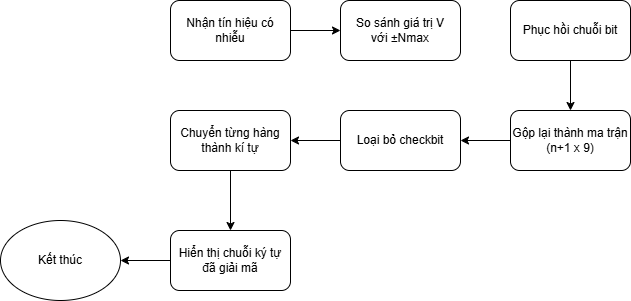
Above: cstts_luu_do_rieng_tung_phan/luu_do_ben_nhan.png in nhatnguyen3104/BaiTapLonCstts (draw.io), before the change. Source tidied: cells renumbered, new cells last; positions are measured from the earlier drawing's top-left corner, leaving out a move shared by most shapes.
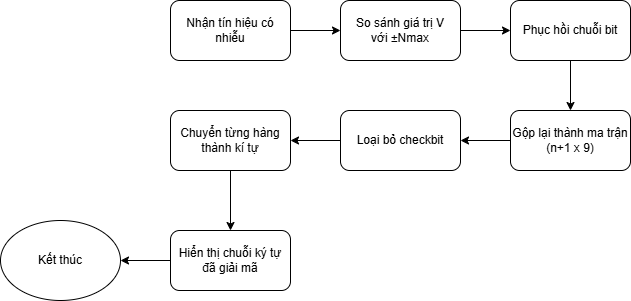
The same diagram one commit later.

Change to the diagram source:
```diff
@@ -11,6 +11,9 @@
     <mxCell id="4" value="Kết thúc" style="ellipse;whiteSpace=wrap;html=1;" parent="1" vertex="1">
       <mxGeometry y="220" width="120" height="80" as="geometry" />
     </mxCell>
+    <mxCell id="16" style="edgeStyle=orthogonalEdgeStyle;rounded=0;jettySize=auto;html=1;" parent="1" edge="1" source="5" target="7">
+      <mxGeometry relative="1" as="geometry" />
+    </mxCell>
     <mxCell id="5" value="So sánh giá trị V&lt;div&gt;với&amp;nbsp;±Nmax&lt;/div&gt;" style="rounded=1;whiteSpace=wrap;html=1;" parent="1" vertex="1">
       <mxGeometry x="340" width="120" height="60" as="geometry" />
     </mxCell>
```
